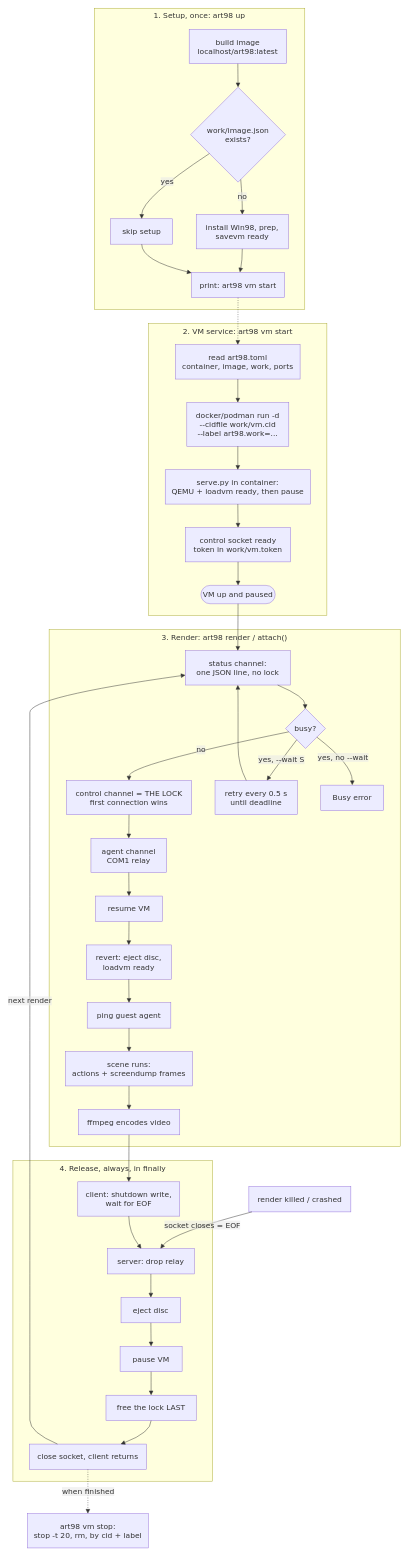
Above: docs/diagrams/vm-service-flow.drawio in StanLukuvka/98artware (draw.io), before the change. Source tidied: cells renumbered, new cells numbered last; positions are measured from the earlier drawing's top-left corner, leaving out a move shared by most shapes. Both pictures are drawn from the tidied source at 47%, with x=0, y=0 at pixel (13, 8).
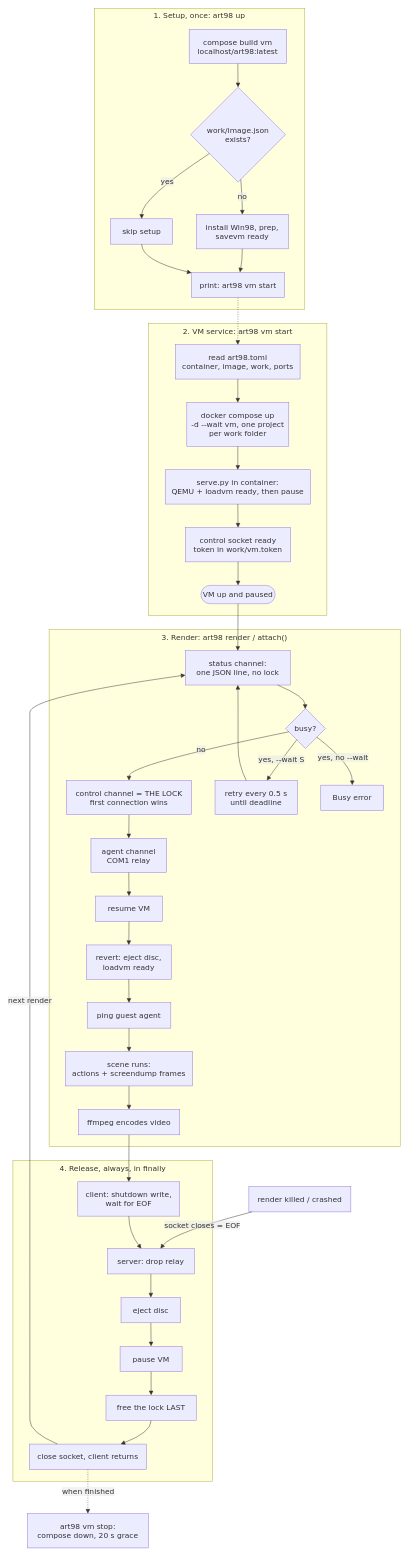
The same page after the edit.

The change refers to these unchanged cells:
```xml
<mxCell id="2" value="1. Setup, once: art98 up" style="html=1;whiteSpace=wrap;strokeWidth=1;verticalAlign=top;fillColor=light-dark(#ffffde,#1f2020);strokeColor=light-dark(#aaaa33,#cccccc);fontColor=light-dark(#333333,#cccccc);fontFamily=Trebuchet MS,Verdana,Arial,sans-serif;fontSize=16;" parent="1" vertex="1">
  <mxGeometry x="173" width="448" height="641" as="geometry" />
</mxCell>
<mxCell id="13" value="2. VM service: art98 vm start" style="html=1;whiteSpace=wrap;strokeWidth=1;verticalAlign=top;fillColor=light-dark(#ffffde,#1f2020);strokeColor=light-dark(#aaaa33,#cccccc);fontColor=light-dark(#333333,#cccccc);fontFamily=Trebuchet MS,Verdana,Arial,sans-serif;fontSize=16;" parent="1" vertex="1">
  <mxGeometry x="289" y="671" width="379" height="621" as="geometry" />
</mxCell>
```

What changed in the source:
```diff
@@
-    <mxCell id="3" value="build image&#10;localhost/art98:latest" style="html=1;whiteSpace=wrap;strokeWidth=1;fillColor=light-dark(#ECECFF,#1f2020);strokeColor=light-dark(#9370DB,#cccccc);fontColor=light-dark(#333333,#cccccc);fontFamily=Trebuchet MS,Verdana,Arial,sans-serif;fontSize=16;" parent="2" vertex="1">
+    <mxCell id="3" value="compose build vm&#10;localhost/art98:latest" style="html=1;whiteSpace=wrap;strokeWidth=1;fillColor=light-dark(#ECECFF,#1f2020);strokeColor=light-dark(#9370DB,#cccccc);fontColor=light-dark(#333333,#cccccc);fontFamily=Trebuchet MS,Verdana,Arial,sans-serif;fontSize=16;" parent="2" vertex="1">
       <mxGeometry x="202" y="45" width="207" height="73" as="geometry" />
     </mxCell>
@@
-    <mxCell id="15" value="docker/podman run -d&#10;--cidfile work/vm.cid&#10;--label art98.work=..." style="html=1;whiteSpace=wrap;strokeWidth=1;fillColor=light-dark(#ECECFF,#1f2020);strokeColor=light-dark(#9370DB,#cccccc);fontColor=light-dark(#333333,#cccccc);fontFamily=Trebuchet MS,Verdana,Arial,sans-serif;fontSize=16;" parent="13" vertex="1">
+    <mxCell id="15" value="docker compose up&#10;-d --wait vm, one project&#10;per work folder" style="html=1;whiteSpace=wrap;strokeWidth=1;fillColor=light-dark(#ECECFF,#1f2020);strokeColor=light-dark(#9370DB,#cccccc);fontColor=light-dark(#333333,#cccccc);fontFamily=Trebuchet MS,Verdana,Arial,sans-serif;fontSize=16;" parent="13" vertex="1">
       <mxGeometry x="81" y="168" width="217" height="93" as="geometry" />
     </mxCell>
@@
-    <mxCell id="58" value="art98 vm stop:&#10;stop -t 20, rm, by cid + label" style="html=1;whiteSpace=wrap;strokeWidth=1;fillColor=light-dark(#ECECFF,#1f2020);strokeColor=light-dark(#9370DB,#cccccc);fontColor=light-dark(#333333,#cccccc);fontFamily=Trebuchet MS,Verdana,Arial,sans-serif;fontSize=16;" parent="1" vertex="1">
+    <mxCell id="58" value="art98 vm stop:&#10;compose down, 20 s grace" style="html=1;whiteSpace=wrap;strokeWidth=1;fillColor=light-dark(#ECECFF,#1f2020);strokeColor=light-dark(#9370DB,#cccccc);fontColor=light-dark(#333333,#cccccc);fontFamily=Trebuchet MS,Verdana,Arial,sans-serif;fontSize=16;" parent="1" vertex="1">
       <mxGeometry x="31" y="3203" width="257" height="73" as="geometry" />
     </mxCell>
```
